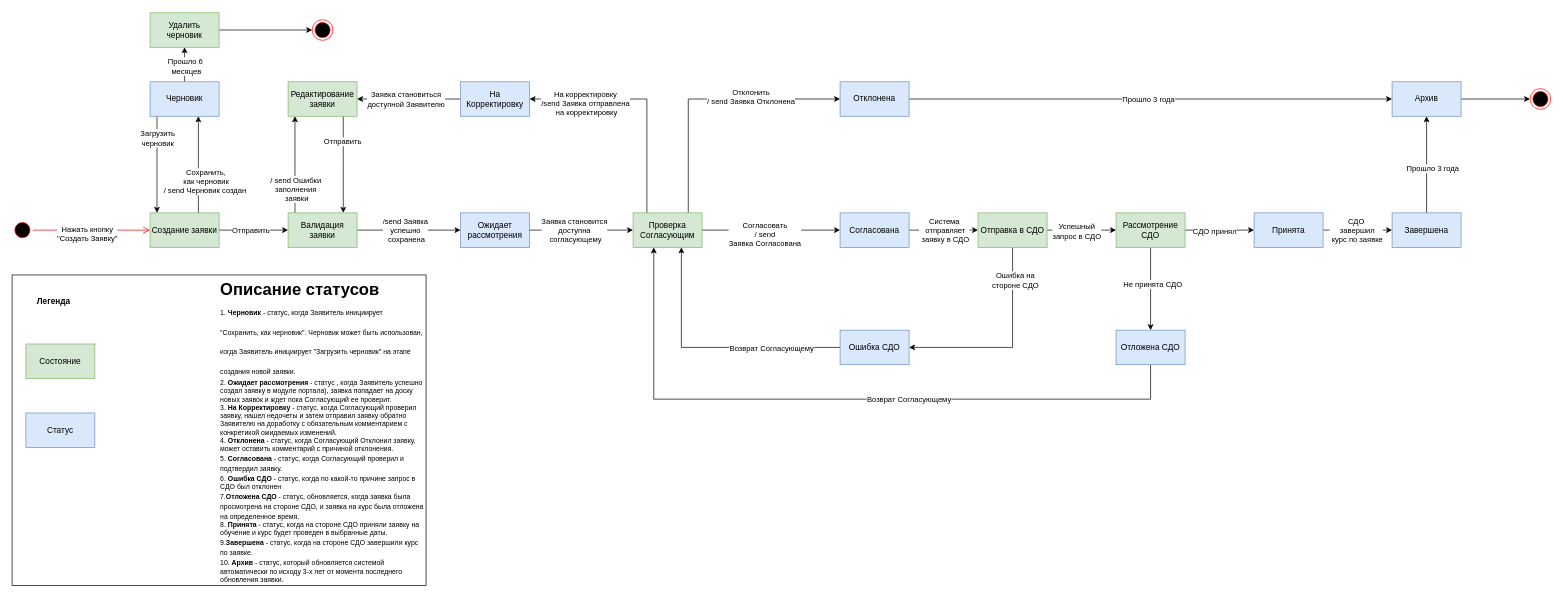
Above: source/rbac_state/state_diagram.drawio in TrofimovMax/Information-Security-System (draw.io), before the change. Source tidied: cells renumbered, new cells numbered last; positions are measured from the earlier drawing's top-left corner, leaving out a move shared by most shapes. Both pictures are drawn from the tidied source at 69%, with x=0, y=0 at pixel (12, 12).
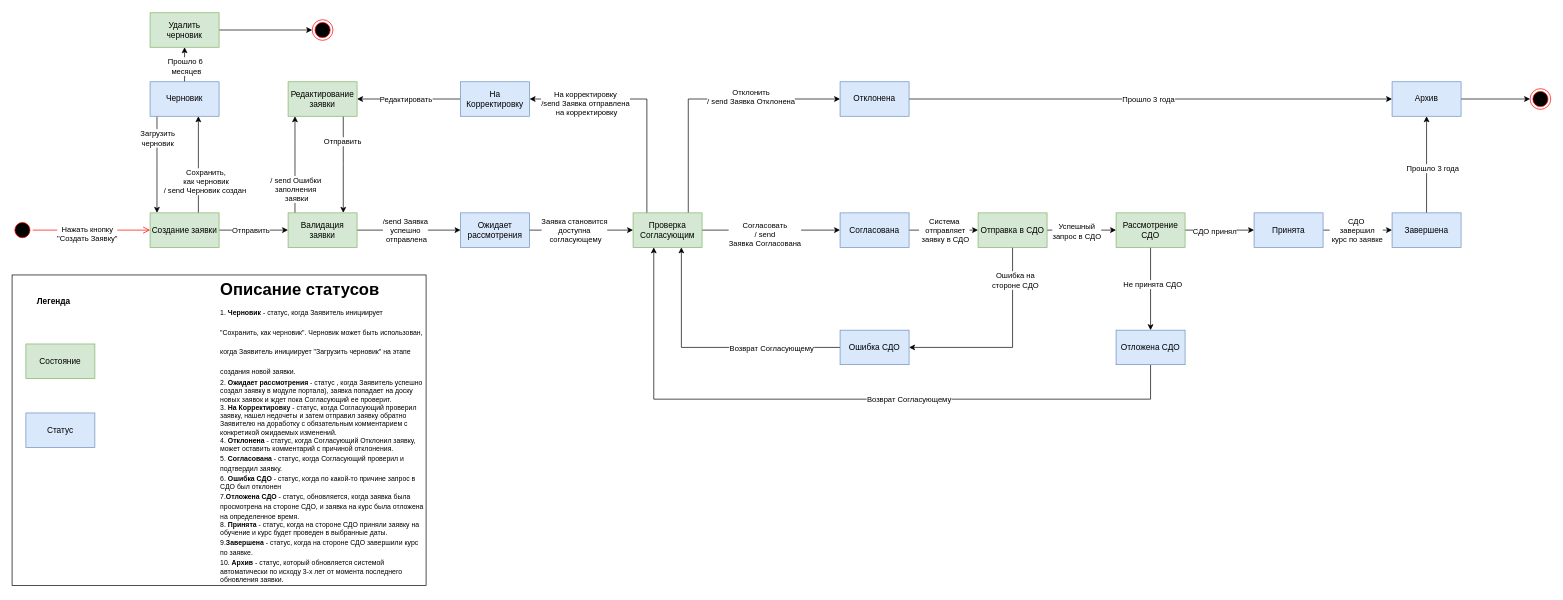
After the change.

The change refers to these unchanged cells:
```xml
<mxCell id="12" style="edgeStyle=orthogonalEdgeStyle;rounded=0;jettySize=auto;html=1;" parent="1" edge="1" source="14" target="55">
  <mxGeometry relative="1" as="geometry">
    <Array as="points">
      <mxPoint x="650" y="125" />
      <mxPoint x="650" y="125" />
    </Array>
  </mxGeometry>
</mxCell>
<mxCell id="57" style="edgeStyle=orthogonalEdgeStyle;rounded=0;jettySize=auto;html=1;" parent="1" edge="1" source="61" target="11">
  <mxGeometry relative="1" as="geometry">
    <Array as="points">
      <mxPoint x="520" y="315" />
      <mxPoint x="520" y="315" />
    </Array>
  </mxGeometry>
</mxCell>
```

What changed in the source:
```diff
@@
-    <mxCell id="13" value="Заявка становиться&lt;br&gt;доступной Заявителю" style="edgeLabel;html=1;align=center;verticalAlign=middle;" parent="12" vertex="1">
+    <mxCell id="13" value="Редактировать" style="edgeLabel;html=1;align=center;verticalAlign=middle;" parent="12" vertex="1">
       <mxGeometry x="-0.22" relative="1" as="geometry">
         <mxPoint x="-21" as="offset" />
       </mxGeometry>
     </mxCell>
@@
-    <mxCell id="58" value="/send Заявка&lt;br&gt;успешно&lt;br&gt;&amp;nbsp;сохранена" style="edgeLabel;html=1;align=center;verticalAlign=middle;" parent="57" vertex="1">
+    <mxCell id="58" value="/send Заявка&lt;br&gt;успешно&lt;br&gt;&amp;nbsp;отправлена" style="edgeLabel;html=1;align=center;verticalAlign=middle;" parent="57" vertex="1">
       <mxGeometry x="0.09" relative="1" as="geometry">
         <mxPoint x="-13" as="offset" />
       </mxGeometry>
     </mxCell>
```
